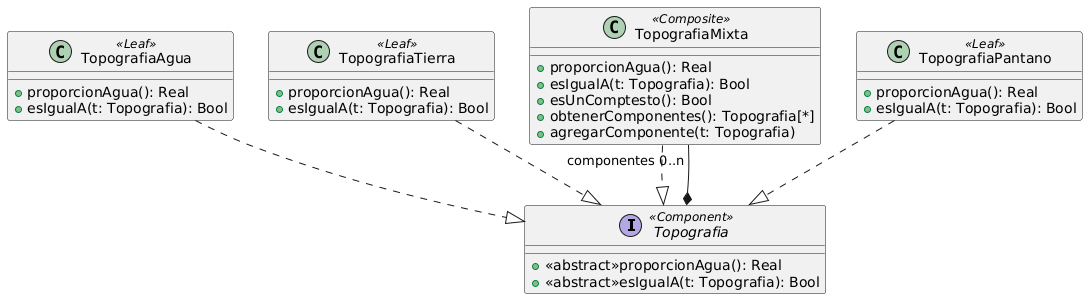
Before: Practicas/CuadernilloPatrones/Ejercicio4-Topografias/UML.png, a diagram exported from PlantUML (estanivege98/OO2). The source it was exported from:
```plantuml
@startuml
Interface Topografia <<Component>>{
+<<abstract>>proporcionAgua(): Real
+<<abstract>>esIgualA(t: Topografia): Bool
}

Class TopografiaAgua <<Leaf>>{
+proporcionAgua(): Real
+esIgualA(t: Topografia): Bool
}

Class TopografiaTierra <<Leaf>>{
+proporcionAgua(): Real
+esIgualA(t: Topografia): Bool
}

Class TopografiaMixta <<Composite>>{
+proporcionAgua(): Real
+esIgualA(t: Topografia): Bool
+esUnComptesto(): Bool
+obtenerComponentes(): Topografia[*]
+agregarComponente(t: Topografia)
}

Class TopografiaPantano <<Leaf>>{
+proporcionAgua(): Real
+esIgualA(t: Topografia): Bool
}

TopografiaAgua ..|> Topografia
TopografiaPantano ..|> Topografia
TopografiaTierra ..|> Topografia
TopografiaMixta ..|> Topografia
TopografiaMixta "componentes 0..n" --*  Topografia
@enduml
```
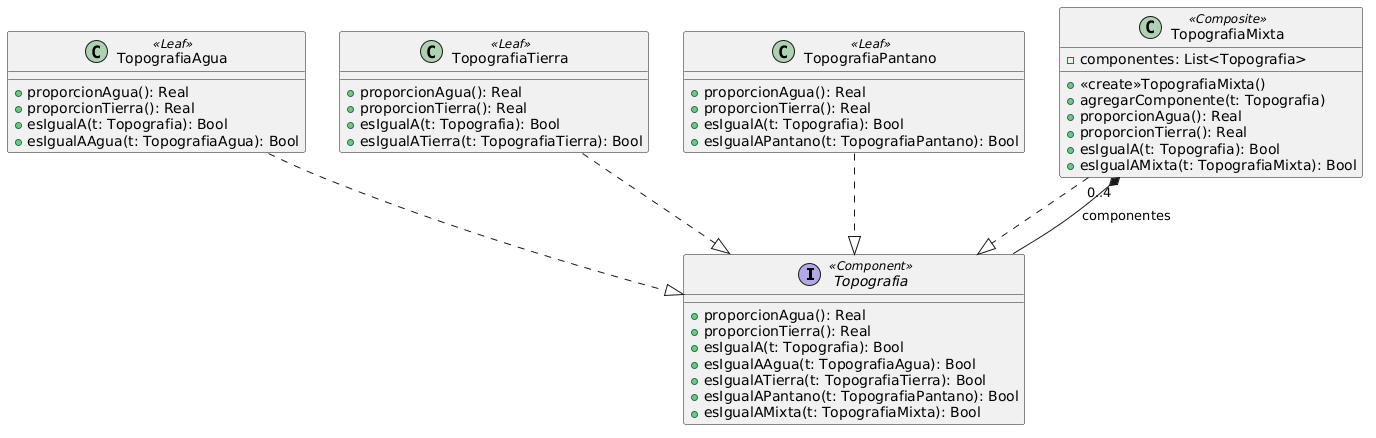
After the commit.

Change to the diagram source:
```diff
@@ -1,35 +1,48 @@
 @startuml
-Interface Topografia <<Component>>{
-+<<abstract>>proporcionAgua(): Real
-+<<abstract>>esIgualA(t: Topografia): Bool
+interface Topografia <<Component>> {
+  + proporcionAgua(): Real
+  + proporcionTierra(): Real
+  + esIgualA(t: Topografia): Bool
+  + esIgualAAgua(t: TopografiaAgua): Bool
+  + esIgualATierra(t: TopografiaTierra): Bool
+  + esIgualAPantano(t: TopografiaPantano): Bool
+  + esIgualAMixta(t: TopografiaMixta): Bool
 }
 
-Class TopografiaAgua <<Leaf>>{
-+proporcionAgua(): Real
-+esIgualA(t: Topografia): Bool
+class TopografiaAgua <<Leaf>> {
+  + proporcionAgua(): Real
+  + proporcionTierra(): Real
+  + esIgualA(t: Topografia): Bool
+  + esIgualAAgua(t: TopografiaAgua): Bool
 }
 
-Class TopografiaTierra <<Leaf>>{
-+proporcionAgua(): Real
-+esIgualA(t: Topografia): Bool
+class TopografiaTierra <<Leaf>> {
+  + proporcionAgua(): Real
+  + proporcionTierra(): Real
+  + esIgualA(t: Topografia): Bool
+  + esIgualATierra(t: TopografiaTierra): Bool
 }
 
-Class TopografiaMixta <<Composite>>{
-+proporcionAgua(): Real
-+esIgualA(t: Topografia): Bool
-+esUnComptesto(): Bool
-+obtenerComponentes(): Topografia[*]
-+agregarComponente(t: Topografia)
+class TopografiaPantano <<Leaf>> {
+  + proporcionAgua(): Real
+  + proporcionTierra(): Real
+  + esIgualA(t: Topografia): Bool
+  + esIgualAPantano(t: TopografiaPantano): Bool
 }
 
-Class TopografiaPantano <<Leaf>>{
-+proporcionAgua(): Real
-+esIgualA(t: Topografia): Bool
+class TopografiaMixta <<Composite>> {
+  - componentes: List<Topografia>
+  + <<create>>TopografiaMixta()
+  + agregarComponente(t: Topografia)
+  + proporcionAgua(): Real
+  + proporcionTierra(): Real
+  + esIgualA(t: Topografia): Bool
+  + esIgualAMixta(t: TopografiaMixta): Bool
 }
 
 TopografiaAgua ..|> Topografia
+TopografiaTierra ..|> Topografia
 TopografiaPantano ..|> Topografia
-TopografiaTierra ..|> Topografia
 TopografiaMixta ..|> Topografia
-TopografiaMixta "componentes 0..n" --*  Topografia
+TopografiaMixta "0..4" *-- Topografia : componentes
 @enduml
```
